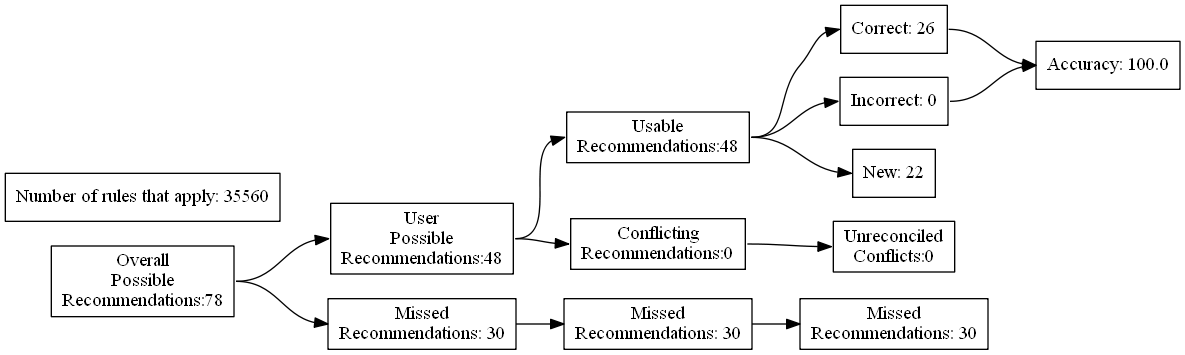
Above: test_renders/8.gv.png in ZaxR/ibd_diet_analysis (Graphviz), before the change. Its source is kept beside it as test_renders/8.gv.
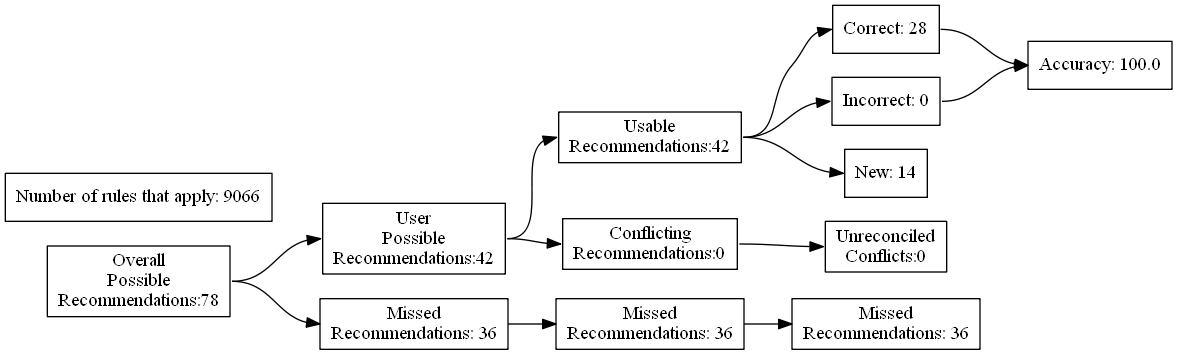
After the commit.

Diff of the diagram source:
```diff
@@ -7,24 +7,24 @@
 Recommendations:78"]
 		B [label="User
 Possible
-Recommendations:48"]
+Recommendations:42"]
 		C [label="Missed
-Recommendations: 30"]
+Recommendations: 36"]
 		D [label="Usable
-Recommendations:48"]
+Recommendations:42"]
 		E [label="Conflicting
 Recommendations:0"]
 		J [label="Missed
-Recommendations: 30"]
+Recommendations: 36"]
 		M [label="Unreconciled
 Conflicts:0"]
-		F [label="Correct: 26"]
+		F [label="Correct: 28"]
 		G [label="Incorrect: 0"]
-		H [label="New: 22"]
+		H [label="New: 14"]
 		K [label="Missed
-Recommendations: 30"]
+Recommendations: 36"]
 		I [label="Accuracy: 100.0"]
-		l [label="Number of rules that apply: 35560"]
+		l [label="Number of rules that apply: 9066"]
 			A -> B
 			A -> C
 			B -> D
```
